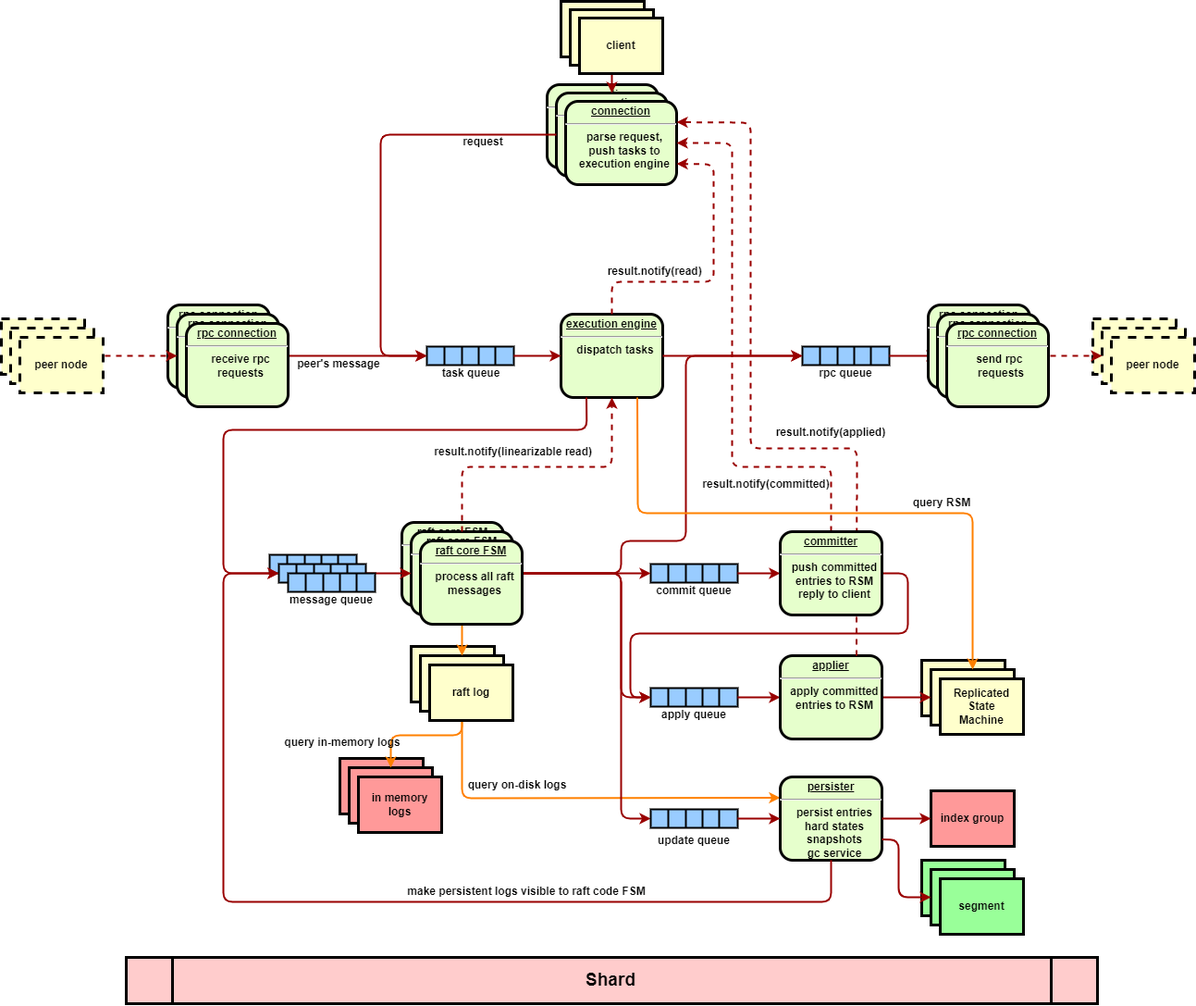
Earlier version of the draw.io export rafter.drawio.png (JasonYuchen/seastar_playground). Source tidied: cells renumbered, new cells last; positions are measured from the earlier drawing's top-left corner, leaving out a move shared by most shapes.
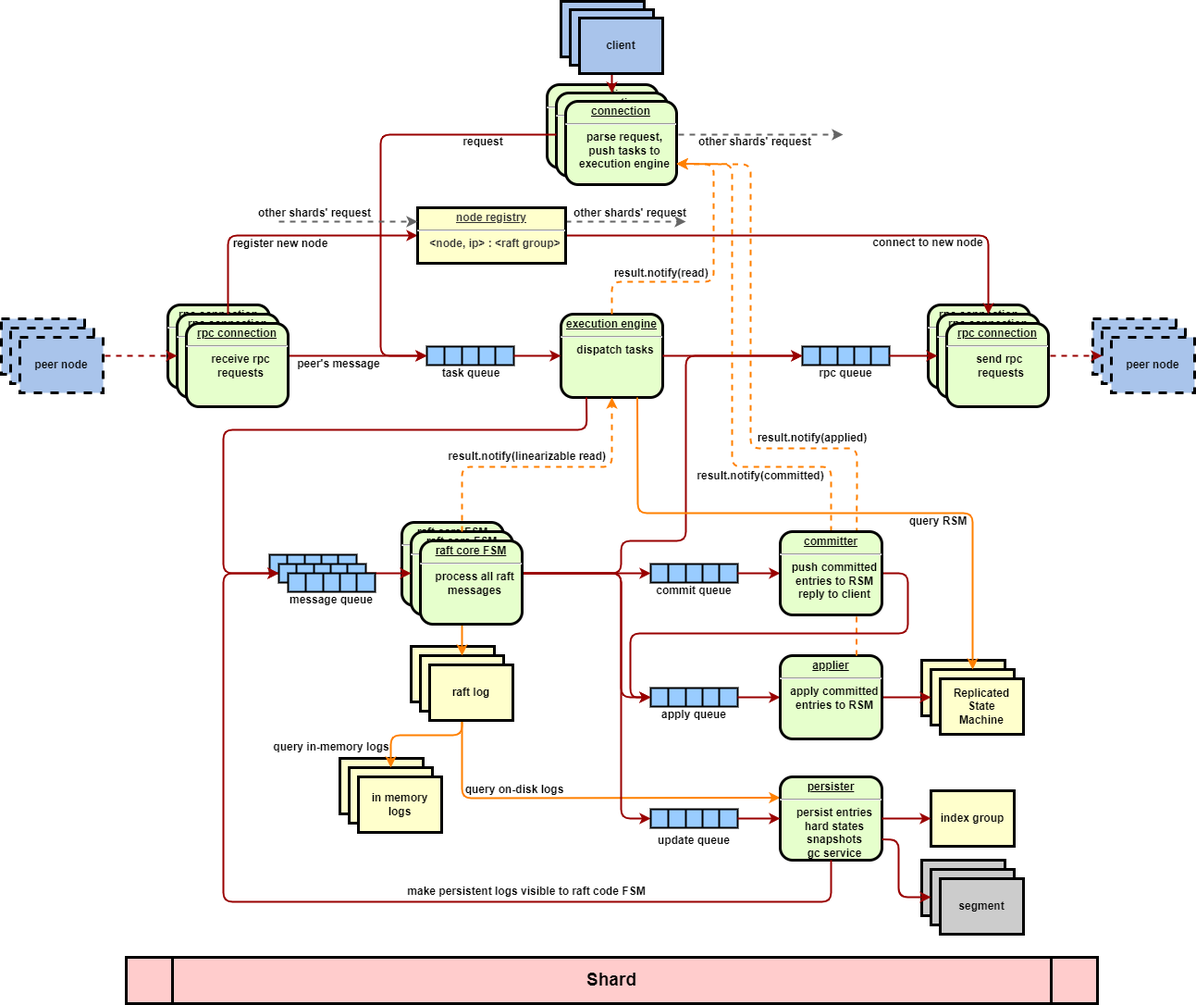
After the change.

The edit, as a diff of the source:
```diff
@@ -4,2 +4,7 @@
     <mxCell id="1" parent="0" />
+    <mxCell id="144" style="edgeStyle=none;noEdgeStyle=1;strokeColor=#666666;strokeWidth=2;exitX=1;exitY=0.5;exitDx=0;exitDy=0;fillColor=#f5f5f5;dashed=1;" parent="1" edge="1" source="18">
+      <mxGeometry relative="1" as="geometry">
+        <mxPoint x="910" y="144" as="targetPoint" />
+      </mxGeometry>
+    </mxCell>
     <mxCell id="2" style="edgeStyle=none;noEdgeStyle=1;strokeColor=#990000;strokeWidth=2;exitX=1;exitY=0.5;exitDx=0;exitDy=0;entryX=0;entryY=0.5;entryDx=0;entryDy=0;" parent="1" edge="1" source="87" target="126">
@@ -37,3 +42,3 @@
     </mxCell>
-    <mxCell id="6" value="segment" style="whiteSpace=wrap;align=center;verticalAlign=middle;fontStyle=1;strokeWidth=3;fillColor=#99FF99;" parent="1" vertex="1">
+    <mxCell id="6" value="segment" style="whiteSpace=wrap;align=center;verticalAlign=middle;fontStyle=1;strokeWidth=3;fillColor=#CCCCCC;" parent="1" vertex="1">
       <mxGeometry x="995" y="928" width="90" height="60" as="geometry" />
@@ -46,3 +51,3 @@
     </mxCell>
-    <mxCell id="9" value="client" style="whiteSpace=wrap;align=center;verticalAlign=middle;fontStyle=1;strokeWidth=3;fillColor=#FFFFCC;" parent="1" vertex="1">
+    <mxCell id="9" value="client" style="whiteSpace=wrap;align=center;verticalAlign=middle;fontStyle=1;strokeWidth=3;fillColor=#A9C4EB;" parent="1" vertex="1">
       <mxGeometry x="605" width="90" height="60" as="geometry" />
@@ -76,3 +81,3 @@
     </mxCell>
-    <mxCell id="19" value="client" style="whiteSpace=wrap;align=center;verticalAlign=middle;fontStyle=1;strokeWidth=3;fillColor=#FFFFCC;" parent="1" vertex="1">
+    <mxCell id="19" value="client" style="whiteSpace=wrap;align=center;verticalAlign=middle;fontStyle=1;strokeWidth=3;fillColor=#A9C4EB;" parent="1" vertex="1">
       <mxGeometry x="615" y="9" width="90" height="60" as="geometry" />
@@ -85,3 +90,3 @@
     </mxCell>
-    <mxCell id="22" value="client" style="whiteSpace=wrap;align=center;verticalAlign=middle;fontStyle=1;strokeWidth=3;fillColor=#FFFFCC;" parent="1" vertex="1">
+    <mxCell id="22" value="client" style="whiteSpace=wrap;align=center;verticalAlign=middle;fontStyle=1;strokeWidth=3;fillColor=#A9C4EB;" parent="1" vertex="1">
       <mxGeometry x="625" y="18" width="90" height="60" as="geometry" />
@@ -124,3 +129,3 @@
     </mxCell>
-    <mxCell id="35" style="edgeStyle=none;noEdgeStyle=1;strokeColor=#990000;strokeWidth=2;exitX=0.5;exitY=0;exitDx=0;exitDy=0;entryX=1;entryY=0.5;entryDx=0;entryDy=0;dashed=1;" parent="1" edge="1" source="114" target="21">
+    <mxCell id="35" style="edgeStyle=none;noEdgeStyle=1;strokeColor=#FF8000;strokeWidth=2;exitX=0.5;exitY=0;exitDx=0;exitDy=0;entryX=1;entryY=0.75;entryDx=0;entryDy=0;dashed=1;" parent="1" edge="1" source="114" target="21">
       <mxGeometry relative="1" as="geometry">
@@ -129,3 +134,3 @@
           <mxPoint x="790" y="503" />
-          <mxPoint x="790" y="153" />
+          <mxPoint x="790" y="176" />
         </Array>
@@ -134,3 +139,3 @@
     <mxCell id="36" value="result.notify(committed)" style="text;spacingTop=-5;align=center;strokeWidth=1;fontStyle=1;" parent="1" vertex="1">
-      <mxGeometry x="812" y="513" width="30" height="20" as="geometry" />
+      <mxGeometry x="806" y="504" width="30" height="20" as="geometry" />
     </mxCell>
@@ -178,3 +183,3 @@
     </mxCell>
-    <mxCell id="51" style="edgeStyle=none;noEdgeStyle=1;strokeColor=#990000;strokeWidth=2;entryX=1;entryY=0.25;entryDx=0;entryDy=0;dashed=1;exitX=0.75;exitY=0;exitDx=0;exitDy=0;" parent="1" edge="1" source="50" target="21">
+    <mxCell id="51" style="edgeStyle=none;noEdgeStyle=1;strokeColor=#FF8000;strokeWidth=2;entryX=1;entryY=0.75;entryDx=0;entryDy=0;dashed=1;exitX=0.75;exitY=0;exitDx=0;exitDy=0;" parent="1" edge="1" source="50" target="21">
       <mxGeometry relative="1" as="geometry">
@@ -183,3 +188,3 @@
           <mxPoint x="810" y="483" />
-          <mxPoint x="810" y="131" />
+          <mxPoint x="810" y="176" />
         </Array>
@@ -188,3 +193,3 @@
     <mxCell id="52" value="result.notify(applied)" style="text;spacingTop=-5;align=center;strokeWidth=1;fontStyle=1;" parent="1" vertex="1">
-      <mxGeometry x="882" y="457" width="30" height="20" as="geometry" />
+      <mxGeometry x="862" y="463" width="30" height="20" as="geometry" />
     </mxCell>
@@ -205,6 +210,6 @@
     </mxCell>
-    <mxCell id="58" value="peer node" style="whiteSpace=wrap;align=center;verticalAlign=middle;fontStyle=1;strokeWidth=3;fillColor=#FFFFCC;dashed=1;" parent="1" vertex="1">
+    <mxCell id="58" value="peer node" style="whiteSpace=wrap;align=center;verticalAlign=middle;fontStyle=1;strokeWidth=3;fillColor=#A9C4EB;dashed=1;" parent="1" vertex="1">
       <mxGeometry y="343" width="90" height="60" as="geometry" />
     </mxCell>
-    <mxCell id="59" value="peer node" style="whiteSpace=wrap;align=center;verticalAlign=middle;fontStyle=1;strokeWidth=3;fillColor=#FFFFCC;dashed=1;" parent="1" vertex="1">
+    <mxCell id="59" value="peer node" style="whiteSpace=wrap;align=center;verticalAlign=middle;fontStyle=1;strokeWidth=3;fillColor=#A9C4EB;dashed=1;" parent="1" vertex="1">
       <mxGeometry x="10" y="353" width="90" height="60" as="geometry" />
@@ -214,3 +219,3 @@
     </mxCell>
-    <mxCell id="61" value="peer node" style="whiteSpace=wrap;align=center;verticalAlign=middle;fontStyle=1;strokeWidth=3;fillColor=#FFFFCC;dashed=1;" parent="1" vertex="1">
+    <mxCell id="61" value="peer node" style="whiteSpace=wrap;align=center;verticalAlign=middle;fontStyle=1;strokeWidth=3;fillColor=#A9C4EB;dashed=1;" parent="1" vertex="1">
       <mxGeometry x="20" y="363" width="90" height="60" as="geometry" />
@@ -247,9 +252,9 @@
     </mxCell>
-    <mxCell id="72" value="index group" style="whiteSpace=wrap;align=center;verticalAlign=middle;fontStyle=1;strokeWidth=3;fillColor=#FF9999;" parent="1" vertex="1">
+    <mxCell id="72" value="index group" style="whiteSpace=wrap;align=center;verticalAlign=middle;fontStyle=1;strokeWidth=3;fillColor=#FFFFCC;" parent="1" vertex="1">
       <mxGeometry x="1005" y="853" width="90" height="60" as="geometry" />
     </mxCell>
-    <mxCell id="73" value="segment" style="whiteSpace=wrap;align=center;verticalAlign=middle;fontStyle=1;strokeWidth=3;fillColor=#99FF99;" parent="1" vertex="1">
+    <mxCell id="73" value="segment" style="whiteSpace=wrap;align=center;verticalAlign=middle;fontStyle=1;strokeWidth=3;fillColor=#CCCCCC;" parent="1" vertex="1">
       <mxGeometry x="1005" y="938" width="90" height="60" as="geometry" />
     </mxCell>
-    <mxCell id="74" value="segment" style="whiteSpace=wrap;align=center;verticalAlign=middle;fontStyle=1;strokeWidth=3;fillColor=#99FF99;" parent="1" vertex="1">
+    <mxCell id="74" value="segment" style="whiteSpace=wrap;align=center;verticalAlign=middle;fontStyle=1;strokeWidth=3;fillColor=#CCCCCC;" parent="1" vertex="1">
       <mxGeometry x="1015" y="948" width="90" height="60" as="geometry" />
@@ -267,3 +272,3 @@
     </mxCell>
-    <mxCell id="77" value="in memory logs" style="whiteSpace=wrap;align=center;verticalAlign=middle;fontStyle=1;strokeWidth=3;fillColor=#FF9999;" parent="1" vertex="1">
+    <mxCell id="77" value="in memory logs" style="whiteSpace=wrap;align=center;verticalAlign=middle;fontStyle=1;strokeWidth=3;fillColor=#FFFFCC;" parent="1" vertex="1">
       <mxGeometry x="366" y="818" width="90" height="60" as="geometry" />
@@ -369,6 +374,6 @@
     </mxCell>
-    <mxCell id="109" value="in memory logs" style="whiteSpace=wrap;align=center;verticalAlign=middle;fontStyle=1;strokeWidth=3;fillColor=#FF9999;" parent="1" vertex="1">
+    <mxCell id="109" value="in memory logs" style="whiteSpace=wrap;align=center;verticalAlign=middle;fontStyle=1;strokeWidth=3;fillColor=#FFFFCC;" parent="1" vertex="1">
       <mxGeometry x="376" y="828" width="90" height="60" as="geometry" />
     </mxCell>
-    <mxCell id="110" value="in memory logs" style="whiteSpace=wrap;align=center;verticalAlign=middle;fontStyle=1;strokeWidth=3;fillColor=#FF9999;" parent="1" vertex="1">
+    <mxCell id="110" value="in memory logs" style="whiteSpace=wrap;align=center;verticalAlign=middle;fontStyle=1;strokeWidth=3;fillColor=#FFFFCC;" parent="1" vertex="1">
       <mxGeometry x="386" y="838" width="90" height="60" as="geometry" />
@@ -412,6 +417,6 @@
     <mxCell id="117" value="query on-disk logs" style="text;spacingTop=-5;align=center;strokeWidth=1;fontStyle=1;" parent="1" vertex="1">
-      <mxGeometry x="543" y="838" width="30" height="20" as="geometry" />
+      <mxGeometry x="540" y="843" width="30" height="20" as="geometry" />
     </mxCell>
     <mxCell id="118" value="query in-memory logs" style="text;spacingTop=-5;align=center;strokeWidth=1;fontStyle=1;" parent="1" vertex="1">
-      <mxGeometry x="354" y="792" width="30" height="20" as="geometry" />
+      <mxGeometry x="342" y="797" width="30" height="20" as="geometry" />
     </mxCell>
@@ -425,3 +430,3 @@
     </mxCell>
-    <mxCell id="120" style="edgeStyle=none;noEdgeStyle=1;strokeColor=#990000;strokeWidth=2;exitX=0.5;exitY=0;exitDx=0;exitDy=0;entryX=0.5;entryY=1;entryDx=0;entryDy=0;dashed=1;" parent="1" edge="1" source="87" target="48">
+    <mxCell id="120" style="edgeStyle=none;noEdgeStyle=1;strokeColor=#FF8000;strokeWidth=2;exitX=0.5;exitY=0;exitDx=0;exitDy=0;entryX=0.5;entryY=1;entryDx=0;entryDy=0;dashed=1;" parent="1" edge="1" source="87" target="48">
       <mxGeometry relative="1" as="geometry">
@@ -434,8 +439,8 @@
     <mxCell id="121" value=" result.notify(linearizable read)" style="text;spacingTop=-5;align=center;strokeWidth=1;fontStyle=1;" parent="1" vertex="1">
-      <mxGeometry x="537" y="478" width="30" height="20" as="geometry" />
+      <mxGeometry x="552" y="483" width="30" height="20" as="geometry" />
     </mxCell>
     <mxCell id="122" value=" result.notify(read)" style="text;spacingTop=-5;align=center;strokeWidth=1;fontStyle=1;" parent="1" vertex="1">
-      <mxGeometry x="690" y="283" width="30" height="20" as="geometry" />
+      <mxGeometry x="697" y="285" width="30" height="20" as="geometry" />
     </mxCell>
-    <mxCell id="123" style="edgeStyle=none;noEdgeStyle=1;strokeColor=#990000;strokeWidth=2;exitX=0.5;exitY=0;exitDx=0;exitDy=0;entryX=1;entryY=0.75;entryDx=0;entryDy=0;dashed=1;" parent="1" edge="1" source="48" target="21">
+    <mxCell id="123" style="edgeStyle=none;noEdgeStyle=1;strokeColor=#FF8000;strokeWidth=2;exitX=0.5;exitY=0;exitDx=0;exitDy=0;entryX=1;entryY=0.75;entryDx=0;entryDy=0;dashed=1;" parent="1" edge="1" source="48" target="21">
       <mxGeometry relative="1" as="geometry">
@@ -472,5 +477,2 @@
     </mxCell>
-    <mxCell id="132" style="edgeStyle=none;noEdgeStyle=1;strokeColor=#990000;strokeWidth=2;entryX=0;entryY=0.5;entryDx=0;entryDy=0;exitX=1;exitY=0.5;exitDx=0;exitDy=0;" parent="1" edge="1" source="126" target="142">
-      <mxGeometry relative="1" as="geometry" />
-    </mxCell>
     <mxCell id="133" value="&lt;p style=&quot;margin: 0px ; margin-top: 4px ; text-align: center ; text-decoration: underline&quot;&gt;rpc connection&lt;/p&gt;&lt;hr&gt;&lt;p style=&quot;margin: 0px ; margin-left: 8px&quot;&gt;send rpc&amp;nbsp;&lt;/p&gt;&lt;p style=&quot;margin: 0px ; margin-left: 8px&quot;&gt;requests&lt;/p&gt;" style="verticalAlign=middle;align=center;overflow=fill;fontSize=12;fontFamily=Helvetica;html=1;rounded=1;fontStyle=1;strokeWidth=3;fillColor=#E6FFCC;" parent="1" vertex="1">
@@ -482,3 +484,3 @@
     <mxCell id="135" value="query RSM" style="text;spacingTop=-5;align=center;strokeWidth=1;fontStyle=1;" parent="1" vertex="1">
-      <mxGeometry x="1002" y="533" width="30" height="20" as="geometry" />
+      <mxGeometry x="998" y="553" width="30" height="20" as="geometry" />
     </mxCell>
@@ -487,6 +489,6 @@
     </mxCell>
-    <mxCell id="137" value="peer node" style="whiteSpace=wrap;align=center;verticalAlign=middle;fontStyle=1;strokeWidth=3;fillColor=#FFFFCC;dashed=1;" parent="1" vertex="1">
+    <mxCell id="137" value="peer node" style="whiteSpace=wrap;align=center;verticalAlign=middle;fontStyle=1;strokeWidth=3;fillColor=#A9C4EB;dashed=1;" parent="1" vertex="1">
       <mxGeometry x="1180" y="343" width="90" height="60" as="geometry" />
     </mxCell>
-    <mxCell id="138" value="peer node" style="whiteSpace=wrap;align=center;verticalAlign=middle;fontStyle=1;strokeWidth=3;fillColor=#FFFFCC;dashed=1;" parent="1" vertex="1">
+    <mxCell id="138" value="peer node" style="whiteSpace=wrap;align=center;verticalAlign=middle;fontStyle=1;strokeWidth=3;fillColor=#A9C4EB;dashed=1;" parent="1" vertex="1">
       <mxGeometry x="1190" y="353" width="90" height="60" as="geometry" />
@@ -496,3 +498,3 @@
     </mxCell>
-    <mxCell id="140" value="peer node" style="whiteSpace=wrap;align=center;verticalAlign=middle;fontStyle=1;strokeWidth=3;fillColor=#FFFFCC;dashed=1;" parent="1" vertex="1">
+    <mxCell id="140" value="peer node" style="whiteSpace=wrap;align=center;verticalAlign=middle;fontStyle=1;strokeWidth=3;fillColor=#A9C4EB;dashed=1;" parent="1" vertex="1">
       <mxGeometry x="1200" y="363" width="90" height="60" as="geometry" />
@@ -513,2 +515,52 @@
     </mxCell>
+    <mxCell id="145" style="edgeStyle=none;noEdgeStyle=1;strokeColor=#990000;strokeWidth=2;entryX=0;entryY=0.5;entryDx=0;entryDy=0;exitX=0.5;exitY=0;exitDx=0;exitDy=0;" parent="1" edge="1" source="54" target="153">
+      <mxGeometry relative="1" as="geometry">
+        <Array as="points">
+          <mxPoint x="245" y="253" />
+        </Array>
+      </mxGeometry>
+    </mxCell>
+    <mxCell id="146" style="edgeStyle=none;noEdgeStyle=1;strokeColor=#990000;strokeWidth=2;entryX=0.5;entryY=0;entryDx=0;entryDy=0;exitX=1;exitY=0.5;exitDx=0;exitDy=0;" parent="1" edge="1" source="153" target="142">
+      <mxGeometry relative="1" as="geometry">
+        <Array as="points">
+          <mxPoint x="1067" y="253" />
+        </Array>
+      </mxGeometry>
+    </mxCell>
+    <mxCell id="147" value="register new node" style="text;spacingTop=-5;align=center;strokeWidth=1;fontStyle=1;" parent="1" vertex="1">
+      <mxGeometry x="287" y="253" width="30" height="20" as="geometry" />
+    </mxCell>
+    <mxCell id="148" value="connect to new node" style="text;spacingTop=-5;align=center;strokeWidth=1;fontStyle=1;" parent="1" vertex="1">
+      <mxGeometry x="987" y="252" width="30" height="20" as="geometry" />
+    </mxCell>
+    <mxCell id="149" style="edgeStyle=none;noEdgeStyle=1;strokeColor=#666666;strokeWidth=2;exitX=1;exitY=0.25;exitDx=0;exitDy=0;fillColor=#f5f5f5;dashed=1;" parent="1" edge="1" source="153">
+      <mxGeometry relative="1" as="geometry">
+        <mxPoint x="740" y="238" as="targetPoint" />
+      </mxGeometry>
+    </mxCell>
+    <mxCell id="150" style="edgeStyle=none;noEdgeStyle=1;strokeColor=#666666;strokeWidth=2;entryX=0;entryY=0.25;entryDx=0;entryDy=0;fillColor=#f5f5f5;startArrow=none;" parent="1" edge="1" source="153">
+      <mxGeometry relative="1" as="geometry">
+        <mxPoint x="462" y="238" as="targetPoint" />
+      </mxGeometry>
+    </mxCell>
+    <mxCell id="151" value="other shards' request" style="text;spacingTop=-5;align=center;strokeWidth=1;fontStyle=1;" parent="1" vertex="1">
+      <mxGeometry x="324" y="220" width="30" height="20" as="geometry" />
+    </mxCell>
+    <mxCell id="152" value="other shards' request" style="text;spacingTop=-5;align=center;strokeWidth=1;fontStyle=1;" parent="1" vertex="1">
+      <mxGeometry x="665" y="220" width="30" height="20" as="geometry" />
+    </mxCell>
+    <mxCell id="153" value="&lt;p style=&quot;margin: 0px ; margin-top: 4px ; text-align: center ; text-decoration: underline&quot;&gt;&lt;strong&gt;node registry&lt;/strong&gt;&lt;/p&gt;&lt;hr&gt;&lt;p style=&quot;margin: 0px ; margin-left: 8px&quot;&gt;&amp;lt;node, ip&amp;gt; : &amp;lt;raft group&amp;gt;&lt;/p&gt;" style="verticalAlign=middle;align=center;overflow=fill;fontSize=12;fontFamily=Helvetica;html=1;rounded=0;fontStyle=1;strokeWidth=3;fillColor=#FFFFCC;fontColor=#333333;strokeColor=#000000;" parent="1" vertex="1">
+      <mxGeometry x="450" y="223" width="160" height="60" as="geometry" />
+    </mxCell>
+    <mxCell id="154" style="edgeStyle=none;noEdgeStyle=1;strokeColor=#666666;strokeWidth=2;fillColor=#f5f5f5;entryX=0;entryY=0.25;entryDx=0;entryDy=0;dashed=1;" parent="1" edge="1" target="153">
+      <mxGeometry relative="1" as="geometry">
+        <mxPoint x="300" y="238" as="sourcePoint" />
+      </mxGeometry>
+    </mxCell>
+    <mxCell id="132" style="edgeStyle=none;noEdgeStyle=1;strokeColor=#990000;strokeWidth=2;entryX=0;entryY=0.5;entryDx=0;entryDy=0;exitX=1;exitY=0.5;exitDx=0;exitDy=0;" parent="1" edge="1" source="126" target="142">
+      <mxGeometry relative="1" as="geometry" />
+    </mxCell>
+    <mxCell id="155" value="other shards' request" style="text;spacingTop=-5;align=center;strokeWidth=1;fontStyle=1;" parent="1" vertex="1">
+      <mxGeometry x="800" y="143" width="30" height="20" as="geometry" />
+    </mxCell>
   </root>
```
